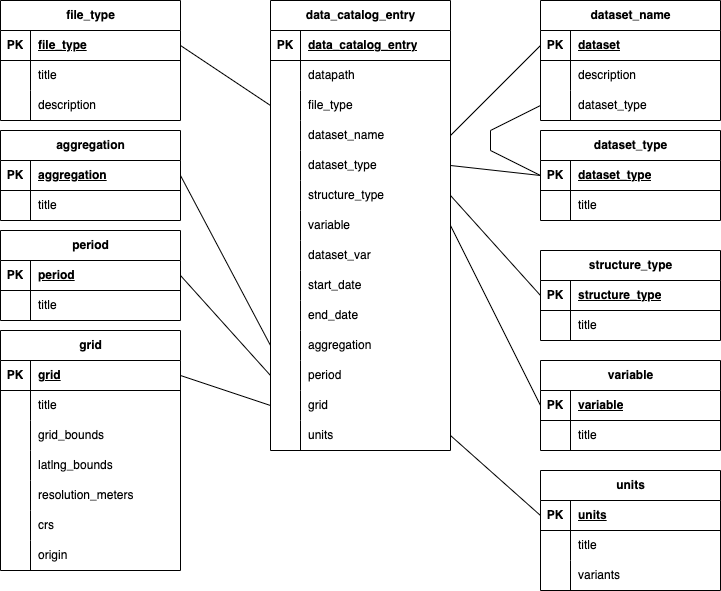
Before: docs/_images/data_catalog.drawio.png, a diagram exported from draw.io (HydroFrame-ML/readthedocs). Source tidied: cells renumbered, new cells last; positions are measured from the earlier drawing's top-left corner, leaving out a move shared by most shapes.
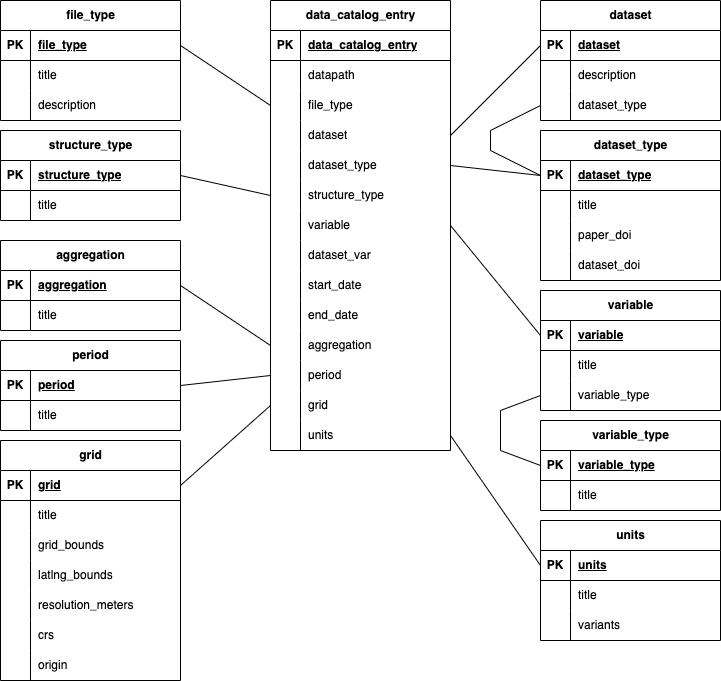
The same diagram one commit later.

What changed in the source:
```diff
@@ -38,7 +38,7 @@
     <mxCell id="13" style="shape=partialRectangle;fillColor=none;top=0;left=0;bottom=0;right=0;overflow=hidden;whiteSpace=wrap;html=1;" parent="12" vertex="1">
       <mxGeometry width="30" height="30" as="geometry" />
     </mxCell>
-    <mxCell id="14" value="dataset_name" style="shape=partialRectangle;fillColor=none;top=0;left=0;bottom=0;right=0;align=left;spacingLeft=6;overflow=hidden;whiteSpace=wrap;html=1;" parent="12" vertex="1">
+    <mxCell id="14" value="dataset" style="shape=partialRectangle;fillColor=none;top=0;left=0;bottom=0;right=0;align=left;spacingLeft=6;overflow=hidden;whiteSpace=wrap;html=1;" parent="12" vertex="1">
       <mxGeometry x="30" width="150" height="30" as="geometry" />
     </mxCell>
     <mxCell id="15" style="shape=tableRow;horizontal=0;startSize=0;swimlaneHead=0;swimlaneBody=0;fillColor=none;points=[[0,0.5],[1,0.5]];portConstraint=eastwest;top=0;left=0;right=0;bottom=0;" parent="2" vertex="1">
@@ -132,7 +132,7 @@
       <mxGeometry x="30" width="150" height="30" as="geometry" />
     </mxCell>
     <mxCell id="45" value="variable" style="shape=table;startSize=30;rowLines=0;fontStyle=1;align=center;html=1;" parent="1" vertex="1">
-      <mxGeometry x="540" y="360" width="180" height="90" as="geometry" />
+      <mxGeometry x="540" y="290" width="180" height="120" as="geometry" />
     </mxCell>
     <mxCell id="46" style="shape=tableRow;horizontal=0;startSize=0;swimlaneHead=0;swimlaneBody=0;fillColor=none;points=[[0,0.5],[1,0.5]];portConstraint=eastwest;top=0;left=0;right=0;bottom=1;" parent="45" vertex="1">
       <mxGeometry y="30" width="180" height="30" as="geometry" />
@@ -152,7 +152,16 @@
     <mxCell id="51" value="title" style="shape=partialRectangle;fillColor=none;top=0;left=0;bottom=0;right=0;align=left;spacingLeft=6;overflow=hidden;whiteSpace=wrap;html=1;" parent="49" vertex="1">
       <mxGeometry x="30" width="150" height="30" as="geometry" />
     </mxCell>
+    <mxCell id="142" style="shape=tableRow;horizontal=0;startSize=0;swimlaneHead=0;swimlaneBody=0;fillColor=none;points=[[0,0.5],[1,0.5]];portConstraint=eastwest;top=0;left=0;right=0;bottom=0;" parent="45" vertex="1">
+      <mxGeometry y="90" width="180" height="30" as="geometry" />
+    </mxCell>
+    <mxCell id="143" style="shape=partialRectangle;fillColor=none;top=0;left=0;bottom=0;right=0;overflow=hidden;whiteSpace=wrap;html=1;" parent="142" vertex="1">
+      <mxGeometry width="30" height="30" as="geometry" />
+    </mxCell>
+    <mxCell id="144" value="variable_type" style="shape=partialRectangle;fillColor=none;top=0;left=0;bottom=0;right=0;align=left;spacingLeft=6;overflow=hidden;whiteSpace=wrap;html=1;" parent="142" vertex="1">
+      <mxGeometry x="30" width="150" height="30" as="geometry" />
+    </mxCell>
-    <mxCell id="52" value="dataset_name" style="shape=table;startSize=30;rowLines=0;fontStyle=1;align=center;html=1;" parent="1" vertex="1">
+    <mxCell id="52" value="dataset" style="shape=table;startSize=30;rowLines=0;fontStyle=1;align=center;html=1;" parent="1" vertex="1">
       <mxGeometry x="540" width="180" height="120" as="geometry" />
     </mxCell>
     <mxCell id="53" style="shape=tableRow;horizontal=0;startSize=0;swimlaneHead=0;swimlaneBody=0;fillColor=none;points=[[0,0.5],[1,0.5]];portConstraint=eastwest;top=0;left=0;right=0;bottom=1;" parent="52" vertex="1">
@@ -213,7 +222,7 @@
       <mxGeometry x="30" width="150" height="30" as="geometry" />
     </mxCell>
     <mxCell id="72" value="structure_type" style="shape=table;startSize=30;rowLines=0;fontStyle=1;align=center;html=1;" parent="1" vertex="1">
-      <mxGeometry x="540" y="250" width="180" height="90" as="geometry" />
+      <mxGeometry y="130" width="180" height="90" as="geometry" />
     </mxCell>
     <mxCell id="73" style="shape=tableRow;horizontal=0;startSize=0;swimlaneHead=0;swimlaneBody=0;fillColor=none;points=[[0,0.5],[1,0.5]];portConstraint=eastwest;top=0;left=0;right=0;bottom=1;" parent="72" vertex="1">
       <mxGeometry y="30" width="180" height="30" as="geometry" />
@@ -234,7 +243,7 @@
       <mxGeometry x="30" width="150" height="30" as="geometry" />
     </mxCell>
     <mxCell id="79" value="aggregation" style="shape=table;startSize=30;rowLines=0;fontStyle=1;align=center;html=1;" parent="1" vertex="1">
-      <mxGeometry y="130" width="180" height="90" as="geometry" />
+      <mxGeometry y="240" width="180" height="90" as="geometry" />
     </mxCell>
     <mxCell id="80" style="shape=tableRow;horizontal=0;startSize=0;swimlaneHead=0;swimlaneBody=0;fillColor=none;points=[[0,0.5],[1,0.5]];portConstraint=eastwest;top=0;left=0;right=0;bottom=1;" parent="79" vertex="1">
       <mxGeometry y="30" width="180" height="30" as="geometry" />
@@ -255,7 +264,7 @@
       <mxGeometry x="30" width="150" height="30" as="geometry" />
     </mxCell>
     <mxCell id="86" value="period" style="shape=table;startSize=30;rowLines=0;fontStyle=1;align=center;html=1;" parent="1" vertex="1">
-      <mxGeometry y="230" width="180" height="90" as="geometry" />
+      <mxGeometry y="340" width="180" height="90" as="geometry" />
     </mxCell>
     <mxCell id="87" style="shape=tableRow;horizontal=0;startSize=0;swimlaneHead=0;swimlaneBody=0;fillColor=none;points=[[0,0.5],[1,0.5]];portConstraint=eastwest;top=0;left=0;right=0;bottom=1;" parent="86" vertex="1">
       <mxGeometry y="30" width="180" height="30" as="geometry" />
@@ -276,7 +285,7 @@
       <mxGeometry x="30" width="150" height="30" as="geometry" />
     </mxCell>
     <mxCell id="93" value="grid" style="shape=table;startSize=30;rowLines=0;fontStyle=1;align=center;html=1;" parent="1" vertex="1">
-      <mxGeometry y="330" width="180" height="240" as="geometry" />
+      <mxGeometry y="440" width="180" height="240" as="geometry" />
     </mxCell>
     <mxCell id="94" style="shape=tableRow;horizontal=0;startSize=0;swimlaneHead=0;swimlaneBody=0;fillColor=none;points=[[0,0.5],[1,0.5]];portConstraint=eastwest;top=0;left=0;right=0;bottom=1;" parent="93" vertex="1">
       <mxGeometry y="30" width="180" height="30" as="geometry" />
@@ -345,7 +354,7 @@
       <mxGeometry relative="1" as="geometry" />
     </mxCell>
     <mxCell id="116" value="units" style="shape=table;startSize=30;rowLines=0;fontStyle=1;align=center;html=1;" parent="1" vertex="1">
-      <mxGeometry x="540" y="470" width="180" height="120" as="geometry" />
+      <mxGeometry x="540" y="520" width="180" height="120" as="geometry" />
     </mxCell>
     <mxCell id="117" style="shape=tableRow;horizontal=0;startSize=0;swimlaneHead=0;swimlaneBody=0;fillColor=none;points=[[0,0.5],[1,0.5]];portConstraint=eastwest;top=0;left=0;right=0;bottom=1;" parent="116" vertex="1">
       <mxGeometry y="30" width="180" height="30" as="geometry" />
@@ -386,7 +395,7 @@
     <mxCell id="129" style="endArrow=none;html=1;rounded=0;entryX=0;entryY=0.5;entryDx=0;entryDy=0;exitX=1;exitY=0.5;exitDx=0;exitDy=0;" parent="1" edge="1" source="21" target="46">
       <mxGeometry relative="1" as="geometry" />
     </mxCell>
-    <mxCell id="130" style="endArrow=none;html=1;rounded=0;entryX=0;entryY=0.5;entryDx=0;entryDy=0;exitX=1;exitY=0.5;exitDx=0;exitDy=0;" parent="1" edge="1" source="18" target="73">
+    <mxCell id="130" style="endArrow=none;html=1;rounded=0;entryX=1;entryY=0.5;entryDx=0;entryDy=0;exitX=0;exitY=0.5;exitDx=0;exitDy=0;" parent="1" edge="1" source="18" target="73">
       <mxGeometry relative="1" as="geometry" />
     </mxCell>
     <mxCell id="131" style="endArrow=none;html=1;rounded=0;entryX=0;entryY=0.5;entryDx=0;entryDy=0;exitX=1;exitY=0.5;exitDx=0;exitDy=0;" parent="1" edge="1" source="12" target="53">
@@ -396,7 +405,7 @@
       <mxGeometry relative="1" as="geometry" />
     </mxCell>
     <mxCell id="133" value="dataset_type" style="shape=table;startSize=30;rowLines=0;fontStyle=1;align=center;html=1;" parent="1" vertex="1">
-      <mxGeometry x="540" y="130" width="180" height="90" as="geometry" />
+      <mxGeometry x="540" y="130" width="180" height="150" as="geometry" />
     </mxCell>
     <mxCell id="134" style="shape=tableRow;horizontal=0;startSize=0;swimlaneHead=0;swimlaneBody=0;fillColor=none;points=[[0,0.5],[1,0.5]];portConstraint=eastwest;top=0;left=0;right=0;bottom=1;" parent="133" vertex="1">
       <mxGeometry y="30" width="180" height="30" as="geometry" />
@@ -416,6 +425,24 @@
     <mxCell id="139" value="title" style="shape=partialRectangle;fillColor=none;top=0;left=0;bottom=0;right=0;align=left;spacingLeft=6;overflow=hidden;whiteSpace=wrap;html=1;" parent="137" vertex="1">
       <mxGeometry x="30" width="150" height="30" as="geometry" />
     </mxCell>
+    <mxCell id="145" style="shape=tableRow;horizontal=0;startSize=0;swimlaneHead=0;swimlaneBody=0;fillColor=none;top=0;left=0;right=0;bottom=0;" parent="133" vertex="1">
+      <mxGeometry y="90" width="180" height="30" as="geometry" />
+    </mxCell>
+    <mxCell id="146" style="shape=partialRectangle;fillColor=none;top=0;left=0;bottom=0;right=0;overflow=hidden;whiteSpace=wrap;html=1;" parent="145" vertex="1">
+      <mxGeometry width="30" height="30" as="geometry" />
+    </mxCell>
+    <mxCell id="147" value="paper_doi" style="shape=partialRectangle;fillColor=none;top=0;left=0;bottom=0;right=0;align=left;spacingLeft=6;overflow=hidden;whiteSpace=wrap;html=1;" parent="145" vertex="1">
+      <mxGeometry x="30" width="150" height="30" as="geometry" />
+    </mxCell>
+    <mxCell id="148" style="shape=tableRow;horizontal=0;startSize=0;swimlaneHead=0;swimlaneBody=0;fillColor=none;top=0;left=0;right=0;bottom=0;" parent="133" vertex="1">
+      <mxGeometry y="120" width="180" height="30" as="geometry" />
+    </mxCell>
+    <mxCell id="149" style="shape=partialRectangle;fillColor=none;top=0;left=0;bottom=0;right=0;overflow=hidden;whiteSpace=wrap;html=1;" parent="148" vertex="1">
+      <mxGeometry width="30" height="30" as="geometry" />
+    </mxCell>
+    <mxCell id="150" value="dataset_doi" style="shape=partialRectangle;fillColor=none;top=0;left=0;bottom=0;right=0;align=left;spacingLeft=6;overflow=hidden;whiteSpace=wrap;html=1;" parent="148" vertex="1">
+      <mxGeometry x="30" width="150" height="30" as="geometry" />
+    </mxCell>
     <mxCell id="140" style="endArrow=none;html=1;rounded=0;entryX=1;entryY=0.5;entryDx=0;entryDy=0;exitX=0;exitY=0.5;exitDx=0;exitDy=0;" parent="1" edge="1" source="134" target="15">
       <mxGeometry relative="1" as="geometry" />
     </mxCell>
@@ -427,5 +454,34 @@
         </Array>
       </mxGeometry>
     </mxCell>
+    <mxCell id="151" value="variable_type" style="shape=table;startSize=30;rowLines=0;fontStyle=1;align=center;html=1;" parent="1" vertex="1">
+      <mxGeometry x="540" y="420" width="180" height="90" as="geometry" />
+    </mxCell>
+    <mxCell id="152" style="shape=tableRow;horizontal=0;startSize=0;swimlaneHead=0;swimlaneBody=0;fillColor=none;points=[[0,0.5],[1,0.5]];portConstraint=eastwest;top=0;left=0;right=0;bottom=1;" parent="151" vertex="1">
+      <mxGeometry y="30" width="180" height="30" as="geometry" />
+    </mxCell>
+    <mxCell id="153" value="PK" style="shape=partialRectangle;fillColor=none;top=0;left=0;bottom=0;right=0;fontStyle=1;overflow=hidden;whiteSpace=wrap;html=1;" parent="152" vertex="1">
+      <mxGeometry width="30" height="30" as="geometry" />
+    </mxCell>
+    <mxCell id="154" value="variable_type" style="shape=partialRectangle;fillColor=none;top=0;left=0;bottom=0;right=0;align=left;spacingLeft=6;fontStyle=5;overflow=hidden;whiteSpace=wrap;html=1;" parent="152" vertex="1">
+      <mxGeometry x="30" width="150" height="30" as="geometry" />
+    </mxCell>
+    <mxCell id="155" style="shape=tableRow;horizontal=0;startSize=0;swimlaneHead=0;swimlaneBody=0;fillColor=none;top=0;left=0;right=0;bottom=0;" parent="151" vertex="1">
+      <mxGeometry y="60" width="180" height="30" as="geometry" />
+    </mxCell>
+    <mxCell id="156" style="shape=partialRectangle;fillColor=none;top=0;left=0;bottom=0;right=0;overflow=hidden;whiteSpace=wrap;html=1;" parent="155" vertex="1">
+      <mxGeometry width="30" height="30" as="geometry" />
+    </mxCell>
+    <mxCell id="157" value="title" style="shape=partialRectangle;fillColor=none;top=0;left=0;bottom=0;right=0;align=left;spacingLeft=6;overflow=hidden;whiteSpace=wrap;html=1;" parent="155" vertex="1">
+      <mxGeometry x="30" width="150" height="30" as="geometry" />
+    </mxCell>
+    <mxCell id="158" style="endArrow=none;html=1;rounded=0;exitX=0;exitY=0.5;exitDx=0;exitDy=0;entryX=0;entryY=0.5;entryDx=0;entryDy=0;" parent="1" edge="1" source="152" target="142">
+      <mxGeometry relative="1" as="geometry">
+        <Array as="points">
+          <mxPoint x="500" y="450" />
+          <mxPoint x="500" y="410" />
+        </Array>
+      </mxGeometry>
+    </mxCell>
   </root>
 </mxGraphModel>
```
